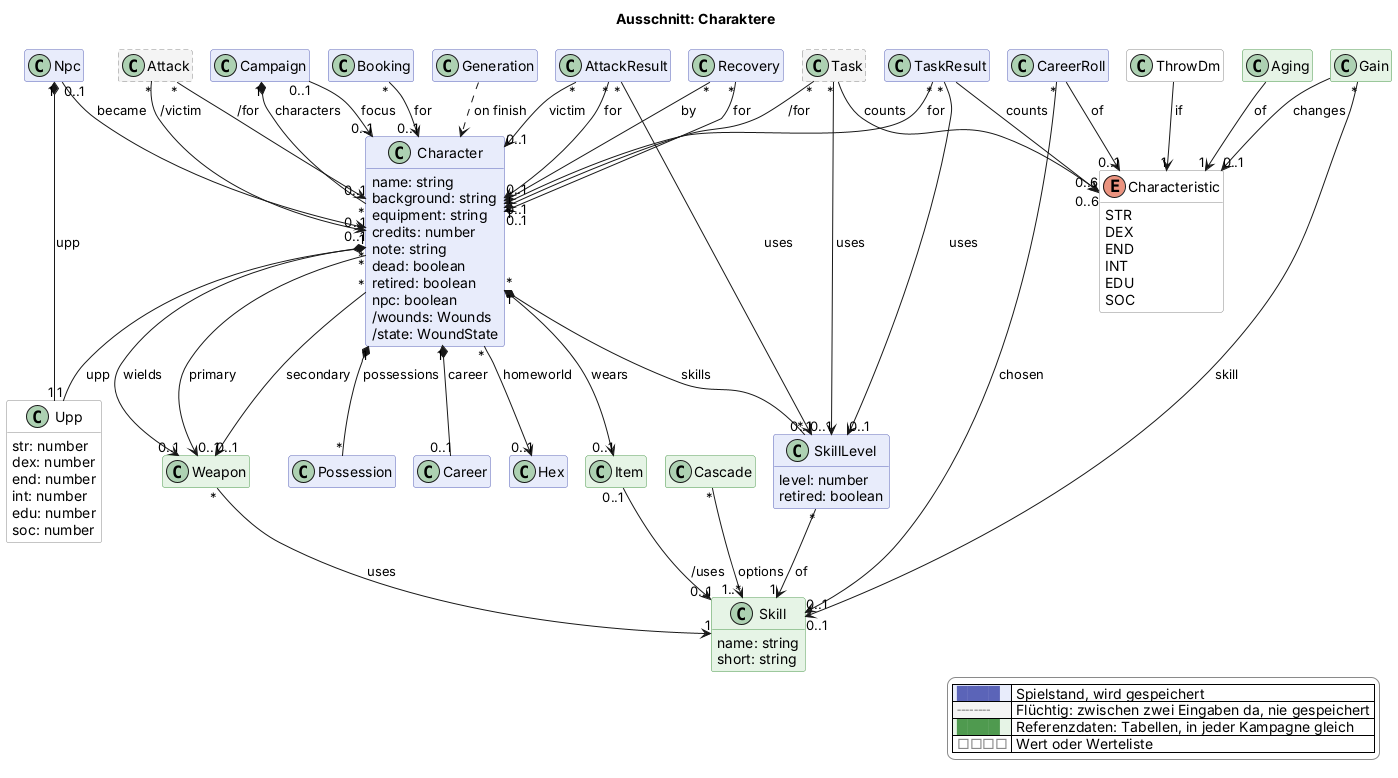
scuzzar/SRE keeps this PlantUML diagram as docs/views/charakter.png. Above is the earlier version.
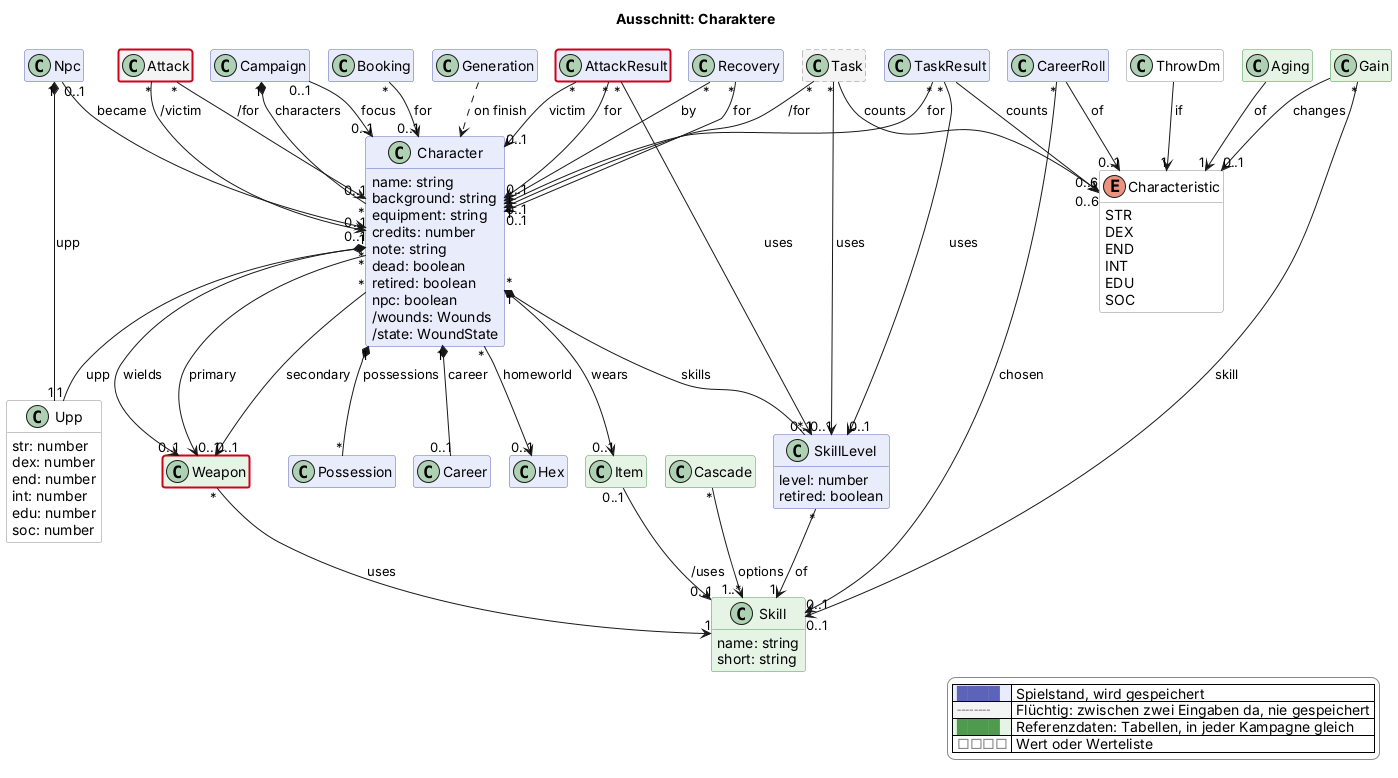
The same diagram one commit later.

Diff of the diagram source:
```diff
@@ -177,4 +177,7 @@
   |<#e6f4e6> <color:#4f9a4f>████</color> | Referenzdaten: Tabellen, in jeder Kampagne gleich |
   |<#ffffff> <color:#8a8a8a>□□□□</color> | Wert oder Werteliste |
 endlegend
+class Attack #line:d0021b;line.bold
+class AttackResult #line:d0021b;line.bold
+class Weapon #line:d0021b;line.bold
 @enduml
```
